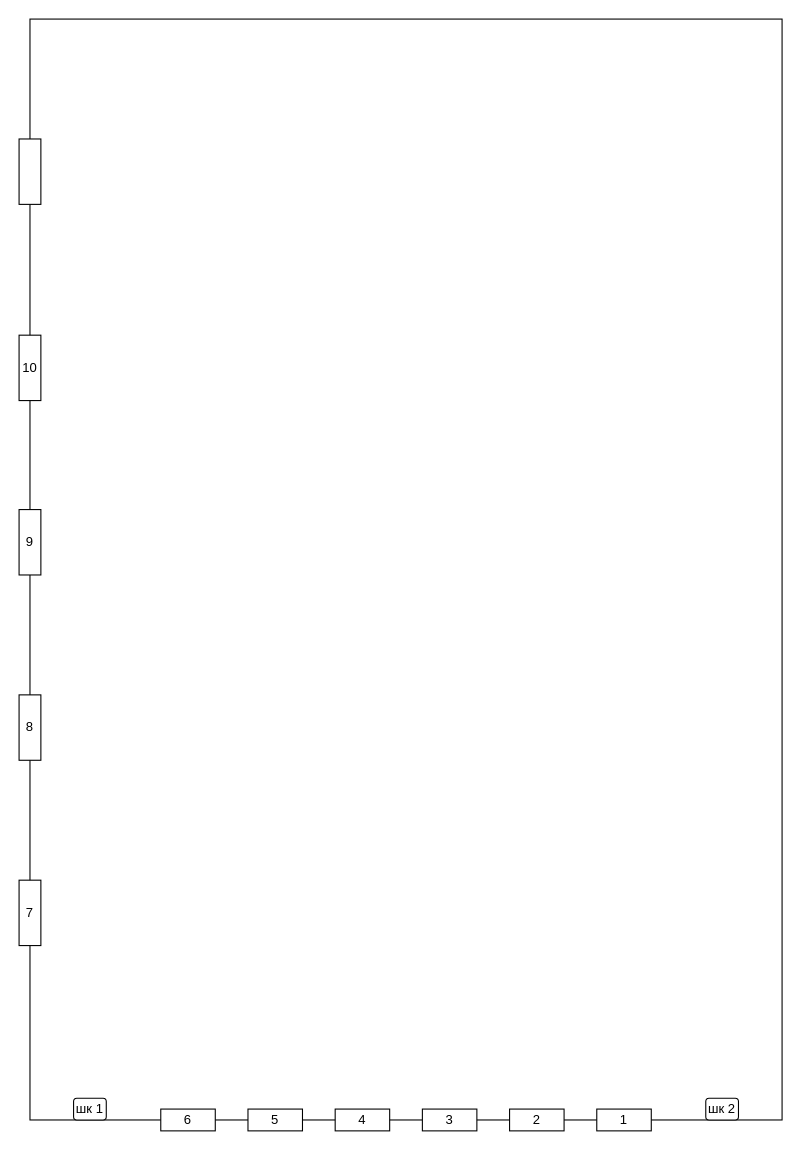
The draw.io diagram Цех 2.drawio in DrHardyc/scheme, before the edit. Source tidied: cells renumbered, new cells numbered last; positions are measured from the earlier drawing's top-left corner, leaving out a move shared by most shapes. Both pictures are drawn from the tidied source at 109%, with x=0, y=0 at pixel (19, 19).
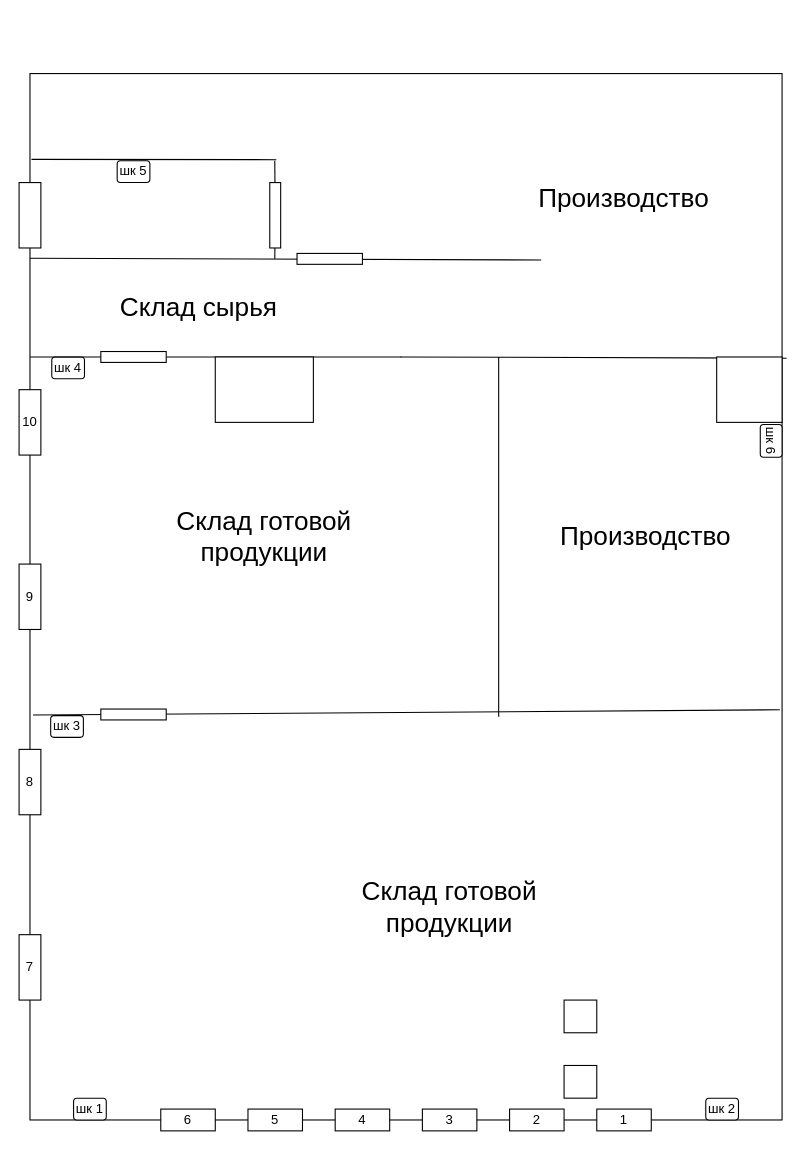
The same page after the edit.

The edit, as a diff of the source:
```diff
@@
     <mxCell id="2" style="rounded=0;whiteSpace=wrap;html=1;" parent="1" vertex="1">
-      <mxGeometry x="10" width="690" height="1010" as="geometry" />
+      <mxGeometry x="10" y="50" width="690" height="960" as="geometry" />
     </mxCell>
@@
     <mxCell id="9" value="7" style="rounded=0;whiteSpace=wrap;html=1;" parent="1" vertex="1">
-      <mxGeometry y="790" width="20" height="60" as="geometry" />
+      <mxGeometry y="840" width="20" height="60" as="geometry" />
     </mxCell>
     <mxCell id="10" value="8" style="rounded=0;whiteSpace=wrap;html=1;" parent="1" vertex="1">
-      <mxGeometry y="620" width="20" height="60" as="geometry" />
+      <mxGeometry y="670" width="20" height="60" as="geometry" />
     </mxCell>
     <mxCell id="11" value="9" style="rounded=0;whiteSpace=wrap;html=1;" parent="1" vertex="1">
-      <mxGeometry y="450" width="20" height="60" as="geometry" />
+      <mxGeometry y="500" width="20" height="60" as="geometry" />
     </mxCell>
     <mxCell id="12" value="10" style="rounded=0;whiteSpace=wrap;html=1;" parent="1" vertex="1">
-      <mxGeometry y="290" width="20" height="60" as="geometry" />
+      <mxGeometry y="340" width="20" height="60" as="geometry" />
     </mxCell>
     <mxCell id="13" style="rounded=0;whiteSpace=wrap;html=1;" parent="1" vertex="1">
-      <mxGeometry y="110" width="20" height="60" as="geometry" />
+      <mxGeometry y="150" width="20" height="60" as="geometry" />
     </mxCell>
@@
+    <mxCell id="16" value="шк 3" style="rounded=1;whiteSpace=wrap;html=1;" parent="1" vertex="1">
+      <mxGeometry x="29" y="639" width="30" height="20" as="geometry" />
+    </mxCell>
+    <mxCell id="17" value="шк 4" style="rounded=1;whiteSpace=wrap;html=1;" parent="1" vertex="1">
+      <mxGeometry x="30" y="310" width="30" height="20" as="geometry" />
+    </mxCell>
+    <mxCell id="18" value="&lt;font style=&quot;font-size: 24px;&quot;&gt;Склад готовой продукции&lt;/font&gt;" style="text;html=1;whiteSpace=wrap;strokeColor=none;fillColor=none;align=center;verticalAlign=middle;rounded=0;" parent="1" vertex="1">
+      <mxGeometry x="300" y="770" width="190" height="90" as="geometry" />
+    </mxCell>
+    <mxCell id="19" value="&lt;font style=&quot;font-size: 24px;&quot;&gt;Склад готовой продукции&lt;/font&gt;" style="text;html=1;whiteSpace=wrap;strokeColor=none;fillColor=none;align=center;verticalAlign=middle;rounded=0;" parent="1" vertex="1">
+      <mxGeometry x="130" y="430" width="190" height="90" as="geometry" />
+    </mxCell>
+    <mxCell id="20" style="endArrow=none;html=1;rounded=0;exitX=-0.005;exitY=0.095;exitDx=0;exitDy=0;exitPerimeter=0;" parent="1" edge="1">
+      <mxGeometry relative="1" as="geometry">
+        <mxPoint x="10" y="219.4" as="sourcePoint" />
+        <mxPoint x="479" y="221" as="targetPoint" />
+      </mxGeometry>
+    </mxCell>
+    <mxCell id="21" value="&lt;font style=&quot;font-size: 24px;&quot;&gt;Склад сырья&lt;/font&gt;" style="text;html=1;whiteSpace=wrap;strokeColor=none;fillColor=none;align=center;verticalAlign=middle;rounded=0;" parent="1" vertex="1">
+      <mxGeometry x="70" y="220" width="190" height="90" as="geometry" />
+    </mxCell>
+    <mxCell id="22" style="endArrow=none;html=1;rounded=0;exitX=0.5;exitY=0;exitDx=0;exitDy=0;entryX=0.5;entryY=0.275;entryDx=0;entryDy=0;entryPerimeter=0;" parent="1" edge="1" source="34">
+      <mxGeometry relative="1" as="geometry">
+        <mxPoint x="350.9" y="310" as="targetPoint" />
+      </mxGeometry>
+    </mxCell>
+    <mxCell id="23" style="endArrow=none;html=1;rounded=0;exitX=0.004;exitY=0.613;exitDx=0;exitDy=0;exitPerimeter=0;entryX=0.997;entryY=0.608;entryDx=0;entryDy=0;entryPerimeter=0;" parent="1" edge="1" source="2" target="2">
+      <mxGeometry relative="1" as="geometry" />
+    </mxCell>
+    <mxCell id="24" style="endArrow=none;html=1;rounded=0;" parent="1" edge="1">
+      <mxGeometry relative="1" as="geometry">
+        <mxPoint x="440" y="640" as="sourcePoint" />
+        <mxPoint x="440" y="310" as="targetPoint" />
+      </mxGeometry>
+    </mxCell>
+    <mxCell id="25" style="endArrow=none;html=1;rounded=0;exitX=1.006;exitY=0.272;exitDx=0;exitDy=0;exitPerimeter=0;" parent="1" edge="1" source="2">
+      <mxGeometry relative="1" as="geometry">
+        <mxPoint x="350" y="310" as="targetPoint" />
+      </mxGeometry>
+    </mxCell>
+    <mxCell id="26" value="&lt;span style=&quot;font-size: 24px;&quot;&gt;Производство&lt;/span&gt;" style="text;html=1;whiteSpace=wrap;strokeColor=none;fillColor=none;align=center;verticalAlign=middle;rounded=0;" parent="1" vertex="1">
+      <mxGeometry x="480" y="430" width="190" height="90" as="geometry" />
+    </mxCell>
+    <mxCell id="27" value="шк 6" style="rounded=1;whiteSpace=wrap;html=1;rotation=90;" parent="1" vertex="1">
+      <mxGeometry x="675" y="377" width="30" height="20" as="geometry" />
+    </mxCell>
+    <mxCell id="28" style="whiteSpace=wrap;html=1;" parent="1" vertex="1">
+      <mxGeometry x="640" y="310" width="60" height="60" as="geometry" />
+    </mxCell>
+    <mxCell id="29" value="шк 5" style="rounded=1;whiteSpace=wrap;html=1;" parent="1" vertex="1">
+      <mxGeometry x="90" y="130" width="30" height="20" as="geometry" />
+    </mxCell>
+    <mxCell id="30" style="endArrow=none;html=1;rounded=0;exitX=0.002;exitY=0.082;exitDx=0;exitDy=0;exitPerimeter=0;" parent="1" edge="1" source="2">
+      <mxGeometry relative="1" as="geometry">
+        <mxPoint x="236" y="129" as="targetPoint" />
+      </mxGeometry>
+    </mxCell>
+    <mxCell id="31" style="endArrow=none;html=1;rounded=0;" parent="1" edge="1" source="40">
+      <mxGeometry relative="1" as="geometry">
+        <mxPoint x="234.6" y="130" as="targetPoint" />
+      </mxGeometry>
+    </mxCell>
+    <mxCell id="32" value="&lt;span style=&quot;font-size: 24px;&quot;&gt;Производство&lt;/span&gt;" style="text;html=1;whiteSpace=wrap;strokeColor=none;fillColor=none;align=center;verticalAlign=middle;rounded=0;" parent="1" vertex="1">
+      <mxGeometry x="460" y="120" width="190" height="90" as="geometry" />
+    </mxCell>
+    <mxCell id="33" style="endArrow=none;html=1;rounded=0;exitX=0.006;exitY=0.275;exitDx=0;exitDy=0;exitPerimeter=0;entryX=0.5;entryY=0.275;entryDx=0;entryDy=0;entryPerimeter=0;" parent="1" edge="1" target="34">
+      <mxGeometry relative="1" as="geometry">
+        <mxPoint x="10" y="310" as="sourcePoint" />
+      </mxGeometry>
+    </mxCell>
+    <mxCell id="34" style="rounded=0;whiteSpace=wrap;html=1;rotation=90;" parent="1" vertex="1">
+      <mxGeometry x="100" y="280" width="10" height="60" as="geometry" />
+    </mxCell>
+    <mxCell id="35" style="rounded=0;whiteSpace=wrap;html=1;" parent="1" vertex="1">
+      <mxGeometry x="180" y="310" width="90" height="60" as="geometry" />
+    </mxCell>
+    <mxCell id="36" style="rounded=0;whiteSpace=wrap;html=1;" parent="1" vertex="1">
+      <mxGeometry x="500" y="900" width="30" height="30" as="geometry" />
+    </mxCell>
+    <mxCell id="37" style="rounded=0;whiteSpace=wrap;html=1;" parent="1" vertex="1">
+      <mxGeometry x="500" y="960" width="30" height="30" as="geometry" />
+    </mxCell>
+    <mxCell id="38" style="rounded=0;whiteSpace=wrap;html=1;rotation=90;" parent="1" vertex="1">
+      <mxGeometry x="100" y="608" width="10" height="60" as="geometry" />
+    </mxCell>
+    <mxCell id="39" style="endArrow=none;html=1;rounded=0;" parent="1" edge="1" target="40">
+      <mxGeometry relative="1" as="geometry">
+        <mxPoint x="234.6" y="220" as="sourcePoint" />
+      </mxGeometry>
+    </mxCell>
+    <mxCell id="40" style="rounded=0;whiteSpace=wrap;html=1;" parent="1" vertex="1">
+      <mxGeometry x="230" y="150" width="10" height="60" as="geometry" />
+    </mxCell>
+    <mxCell id="41" style="rounded=0;whiteSpace=wrap;html=1;rotation=90;" parent="1" vertex="1">
+      <mxGeometry x="280" y="190" width="10" height="60" as="geometry" />
+    </mxCell>
```
